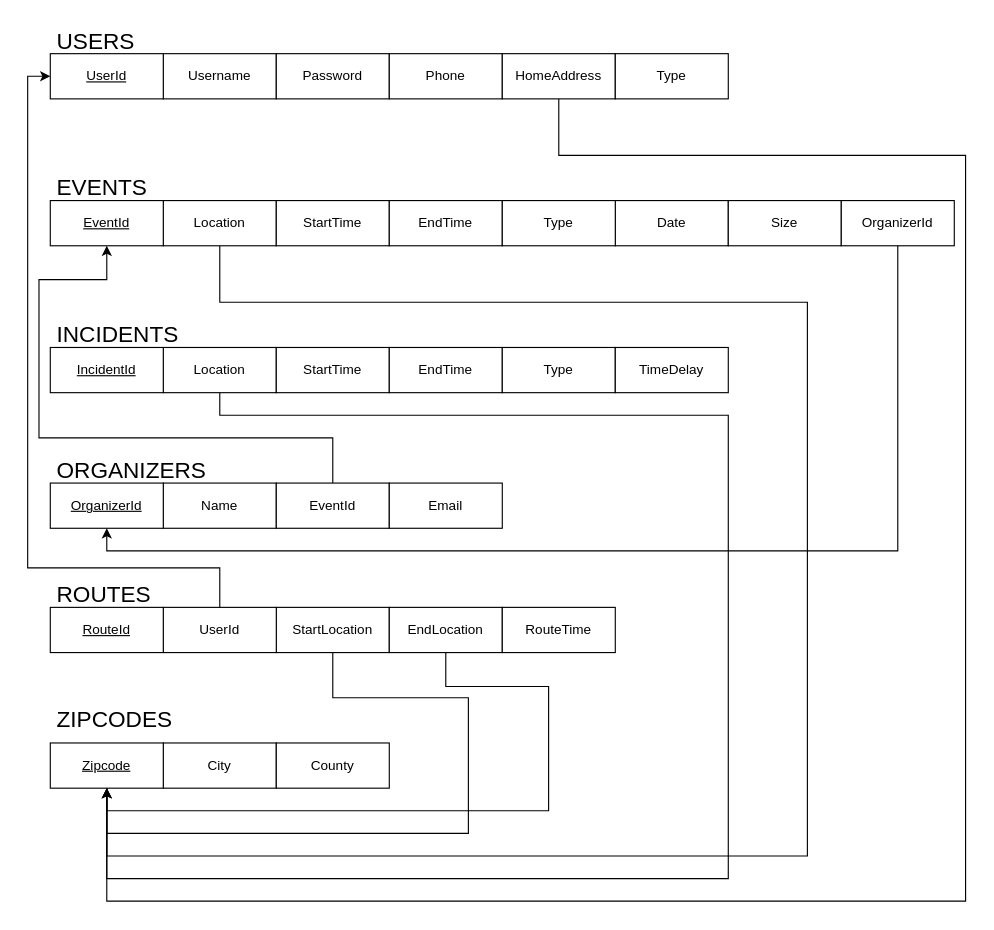
Before: src/TrafficSeeIllustrativeDiagram.drawio in mariababko/TrafficSee, a draw.io diagram. Source tidied: cells renumbered, new cells numbered last; positions are measured from the earlier drawing's top-left corner, leaving out a move shared by most shapes. Both pictures are drawn from the tidied source at 113%, with x=0, y=0 at pixel (27, 19).
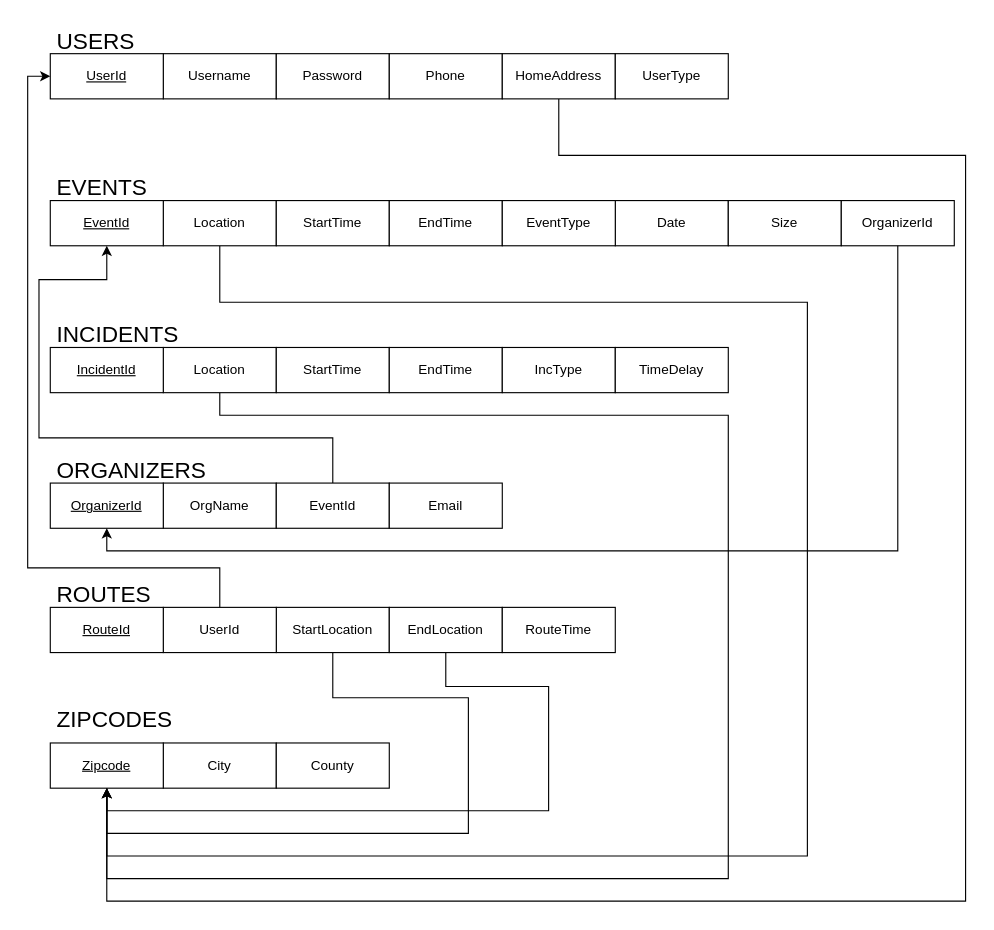
The same page after the edit.

The edit, as a diff of the source:
```diff
@@
-    <mxCell id="9" value="Type" style="whiteSpace=wrap;html=1;align=center;" parent="1" vertex="1">
+    <mxCell id="9" value="UserType" style="whiteSpace=wrap;html=1;align=center;" parent="1" vertex="1">
       <mxGeometry x="520" y="30" width="100" height="40" as="geometry" />
     </mxCell>
@@
-    <mxCell id="18" value="Type" style="whiteSpace=wrap;html=1;align=center;" parent="1" vertex="1">
+    <mxCell id="18" value="EventType" style="whiteSpace=wrap;html=1;align=center;" parent="1" vertex="1">
       <mxGeometry x="420" y="160" width="100" height="40" as="geometry" />
     </mxCell>
@@
-    <mxCell id="25" value="Type" style="whiteSpace=wrap;html=1;align=center;" parent="1" vertex="1">
+    <mxCell id="25" value="IncType" style="whiteSpace=wrap;html=1;align=center;" parent="1" vertex="1">
       <mxGeometry x="420" y="290" width="100" height="40" as="geometry" />
     </mxCell>
-    <mxCell id="26" value="Name" style="whiteSpace=wrap;html=1;align=center;" parent="1" vertex="1">
+    <mxCell id="26" value="OrgName" style="whiteSpace=wrap;html=1;align=center;" parent="1" vertex="1">
       <mxGeometry x="120" y="410" width="100" height="40" as="geometry" />
     </mxCell>
```
